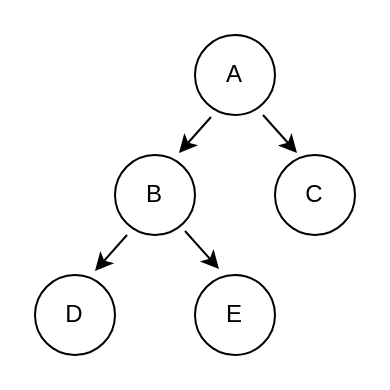
This is cha.drawio from luxufan/simple-website-template, a draw.io file, before an edit. Source tidied: cells renumbered, new cells numbered last; positions are measured from the earlier drawing's top-left corner, leaving out a move shared by most shapes. Both pictures are drawn from the tidied source at 200%, with x=0, y=0 at pixel (34, 34).
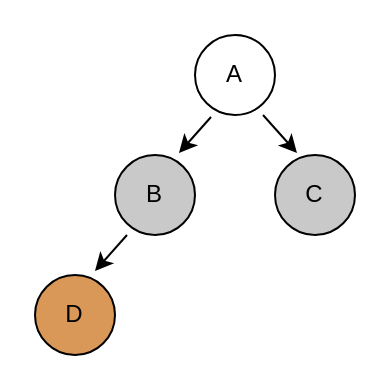
Above is the later version.

The edit, as a diff of the source:
```diff
@@
 <mxGraphModel>
   <root>
     <mxCell id="0" />
     <mxCell id="1" parent="0" />
-    <mxCell id="2" value="A" style="ellipse;whiteSpace=wrap;html=1;" parent="1" vertex="1">
+    <mxCell id="2" value="A" style="ellipse;whiteSpace=wrap;html=1;fillColor=#FFFFFF;" parent="1" vertex="1">
       <mxGeometry x="80" width="40" height="40" as="geometry" />
     </mxCell>
-    <mxCell id="3" value="B" style="ellipse;whiteSpace=wrap;html=1;" parent="1" vertex="1">
+    <mxCell id="3" value="B" style="ellipse;whiteSpace=wrap;html=1;fillColor=#C9C9C9;" parent="1" vertex="1">
       <mxGeometry x="40" y="60" width="40" height="40" as="geometry" />
     </mxCell>
-    <mxCell id="4" value="C" style="ellipse;whiteSpace=wrap;html=1;" parent="1" vertex="1">
+    <mxCell id="4" value="C" style="ellipse;whiteSpace=wrap;html=1;fillColor=#C9C9C9;" parent="1" vertex="1">
       <mxGeometry x="120" y="60" width="40" height="40" as="geometry" />
     </mxCell>
-    <mxCell id="5" value="D" style="ellipse;whiteSpace=wrap;html=1;" parent="1" vertex="1">
+    <mxCell id="5" value="D" style="ellipse;whiteSpace=wrap;html=1;fillColor=#D99857;" parent="1" vertex="1">
       <mxGeometry y="120" width="40" height="40" as="geometry" />
     </mxCell>
-    <mxCell id="6" value="E" style="ellipse;whiteSpace=wrap;html=1;strokeColor=#000000;" parent="1" vertex="1">
-      <mxGeometry x="80" y="120" width="40" height="40" as="geometry" />
-    </mxCell>
     <mxCell id="7" style="endArrow=classic;html=1;rounded=0;entryX=0.8;entryY=-0.025;entryDx=0;entryDy=0;entryPerimeter=0;exitX=0.2;exitY=1.025;exitDx=0;exitDy=0;exitPerimeter=0;" parent="1" edge="1" source="2" target="3">
       <mxGeometry relative="1" as="geometry" />
     </mxCell>
     <mxCell id="8" style="endArrow=classic;html=1;rounded=0;exitX=0.275;exitY=-0.025;exitDx=0;exitDy=0;exitPerimeter=0;entryX=0.275;entryY=-0.025;entryDx=0;entryDy=0;entryPerimeter=0;" parent="1" edge="1" target="4">
       <mxGeometry relative="1" as="geometry">
         <mxPoint x="114" y="40" as="sourcePoint" />
       </mxGeometry>
     </mxCell>
     <mxCell id="9" style="endArrow=classic;html=1;rounded=0;entryX=0.2;entryY=1.025;entryDx=0;entryDy=0;entryPerimeter=0;exitX=0.8;exitY=-0.025;exitDx=0;exitDy=0;exitPerimeter=0;" parent="1" edge="1">
       <mxGeometry relative="1" as="geometry">
         <mxPoint x="46" y="100" as="sourcePoint" />
         <mxPoint x="30" y="118" as="targetPoint" />
       </mxGeometry>
     </mxCell>
-    <mxCell id="10" style="endArrow=classic;html=1;rounded=0;exitX=0.275;exitY=-0.025;exitDx=0;exitDy=0;exitPerimeter=0;" parent="1" edge="1">
-      <mxGeometry relative="1" as="geometry">
-        <mxPoint x="75" y="98" as="sourcePoint" />
-        <mxPoint x="92" y="117" as="targetPoint" />
-      </mxGeometry>
-    </mxCell>
   </root>
 </mxGraphModel>
```
